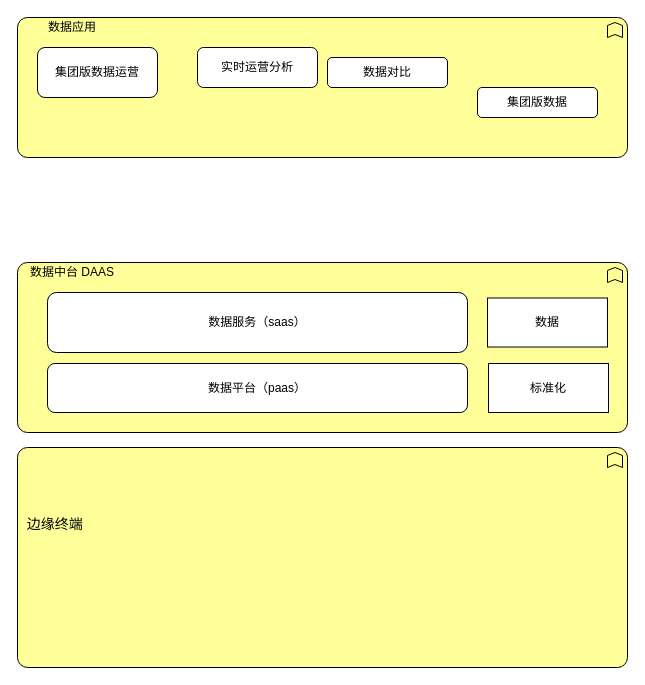
Before: page "太的数据平台架构" (4 of 6) of 太的平台组件图.drawio in enzhouguo/orange, a draw.io diagram. Source tidied: cells renumbered, new cells numbered last; positions are measured from the earlier drawing's top-left corner, leaving out a move shared by most shapes. Both pictures are drawn from the tidied source at 100%, with x=0, y=0 at pixel (17, 17).
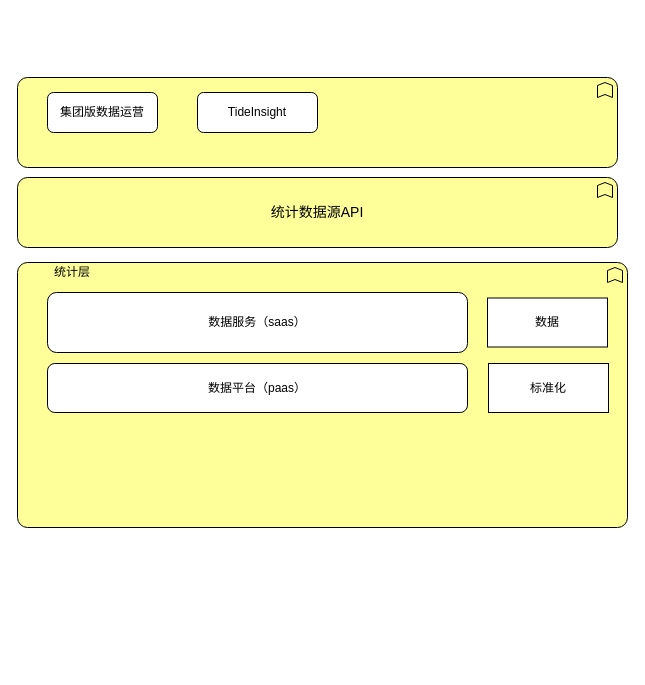
After the change.

Diff of the diagram source:
```diff
@@
 <mxGraphModel>
   <root>
     <mxCell id="0" />
     <mxCell id="1" parent="0" />
     <mxCell id="2" style="html=1;whiteSpace=wrap;fillColor=#ffff99;shape=mxgraph.archimate3.application;appType=func;archiType=rounded;fontSize=14;" parent="1" vertex="1">
-      <mxGeometry y="245" width="610" height="170" as="geometry" />
+      <mxGeometry y="245" width="610" height="265" as="geometry" />
     </mxCell>
     <mxCell id="3" style="html=1;whiteSpace=wrap;fillColor=#ffff99;shape=mxgraph.archimate3.application;appType=func;archiType=rounded;fontSize=14;" parent="1" vertex="1">
-      <mxGeometry width="610" height="140" as="geometry" />
+      <mxGeometry y="60" width="600" height="90" as="geometry" />
     </mxCell>
     <mxCell id="4" value="数据服务（saas）" style="rounded=1;whiteSpace=wrap;html=1;" parent="1" vertex="1">
       <mxGeometry x="30" y="275" width="420" height="60" as="geometry" />
     </mxCell>
     <mxCell id="5" value="数据平台（paas）" style="rounded=1;whiteSpace=wrap;html=1;" parent="1" vertex="1">
       <mxGeometry x="30" y="346" width="420" height="49" as="geometry" />
     </mxCell>
-    <mxCell id="6" value="数据中台 DAAS" style="text;html=1;strokeColor=none;fillColor=none;align=center;verticalAlign=middle;whiteSpace=wrap;rounded=0;" parent="1" vertex="1">
+    <mxCell id="6" value="统计层" style="text;html=1;strokeColor=none;fillColor=none;align=center;verticalAlign=middle;whiteSpace=wrap;rounded=0;" parent="1" vertex="1">
       <mxGeometry x="10" y="245" width="90" height="20" as="geometry" />
     </mxCell>
     <mxCell id="7" value="集团版数据运营" style="rounded=1;whiteSpace=wrap;html=1;" parent="1" vertex="1">
-      <mxGeometry x="20" y="30" width="120" height="50" as="geometry" />
+      <mxGeometry x="30" y="75" width="110" height="40" as="geometry" />
     </mxCell>
-    <mxCell id="8" value="实时运营分析" style="rounded=1;whiteSpace=wrap;html=1;" parent="1" vertex="1">
-      <mxGeometry x="180" y="30" width="120" height="40" as="geometry" />
+    <mxCell id="8" value="TideInsight" style="rounded=1;whiteSpace=wrap;html=1;" parent="1" vertex="1">
+      <mxGeometry x="180" y="75" width="120" height="40" as="geometry" />
     </mxCell>
-    <mxCell id="9" value="数据对比" style="rounded=1;whiteSpace=wrap;html=1;" parent="1" vertex="1">
-      <mxGeometry x="310" y="40" width="120" height="30" as="geometry" />
-    </mxCell>
-    <mxCell id="10" value="集团版数据" style="rounded=1;whiteSpace=wrap;html=1;" parent="1" vertex="1">
-      <mxGeometry x="460" y="70" width="120" height="30" as="geometry" />
-    </mxCell>
     <mxCell id="11" value="数据" style="rounded=0;whiteSpace=wrap;html=1;" parent="1" vertex="1">
       <mxGeometry x="470" y="280.5" width="120" height="49" as="geometry" />
     </mxCell>
     <mxCell id="12" value="标准化" style="rounded=0;whiteSpace=wrap;html=1;" parent="1" vertex="1">
       <mxGeometry x="471" y="346" width="120" height="49" as="geometry" />
     </mxCell>
-    <mxCell id="13" value="数据应用" style="text;html=1;strokeColor=none;fillColor=none;align=center;verticalAlign=middle;whiteSpace=wrap;rounded=0;" parent="1" vertex="1">
-      <mxGeometry x="10" width="90" height="20" as="geometry" />
-    </mxCell>
-    <mxCell id="14" value="&amp;nbsp; 边缘终端&lt;br&gt;&lt;br&gt;&lt;br&gt;&lt;br&gt;&lt;br&gt;" style="html=1;whiteSpace=wrap;fillColor=#ffff99;shape=mxgraph.archimate3.application;appType=func;archiType=rounded;fontSize=14;align=left;" parent="1" vertex="1">
-      <mxGeometry y="430" width="610" height="220" as="geometry" />
-    </mxCell>
+    <mxCell id="15" value="统计数据源API" style="html=1;whiteSpace=wrap;fillColor=#ffff99;shape=mxgraph.archimate3.application;appType=func;archiType=rounded;fontSize=14;" parent="1" vertex="1">
+      <mxGeometry y="160" width="600" height="70" as="geometry" />
+    </mxCell>
   </root>
 </mxGraphModel>
```
